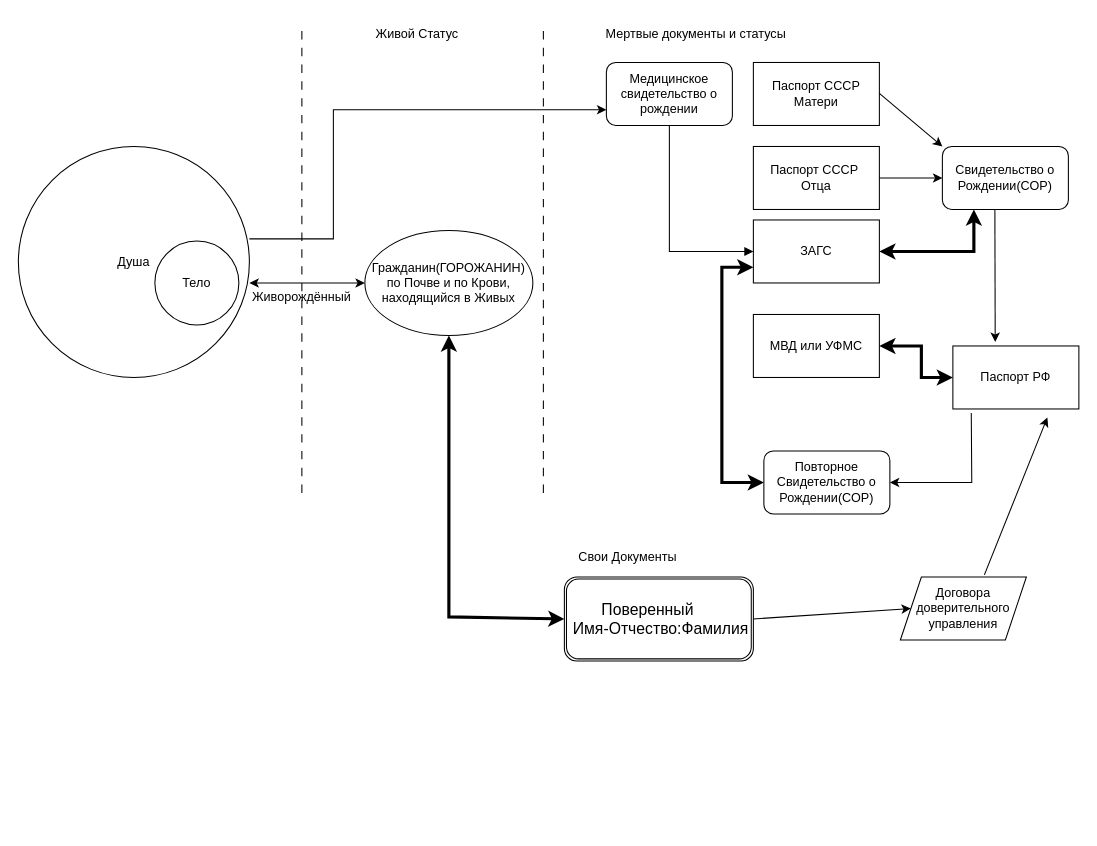
The draw.io diagram Статус.drawio in legastok/Status, before the edit. Source tidied: cells renumbered, new cells numbered last; positions are measured from the earlier drawing's top-left corner, leaving out a move shared by most shapes. Both pictures are drawn from the tidied source at 105%, with x=0, y=0 at pixel (18, 18).
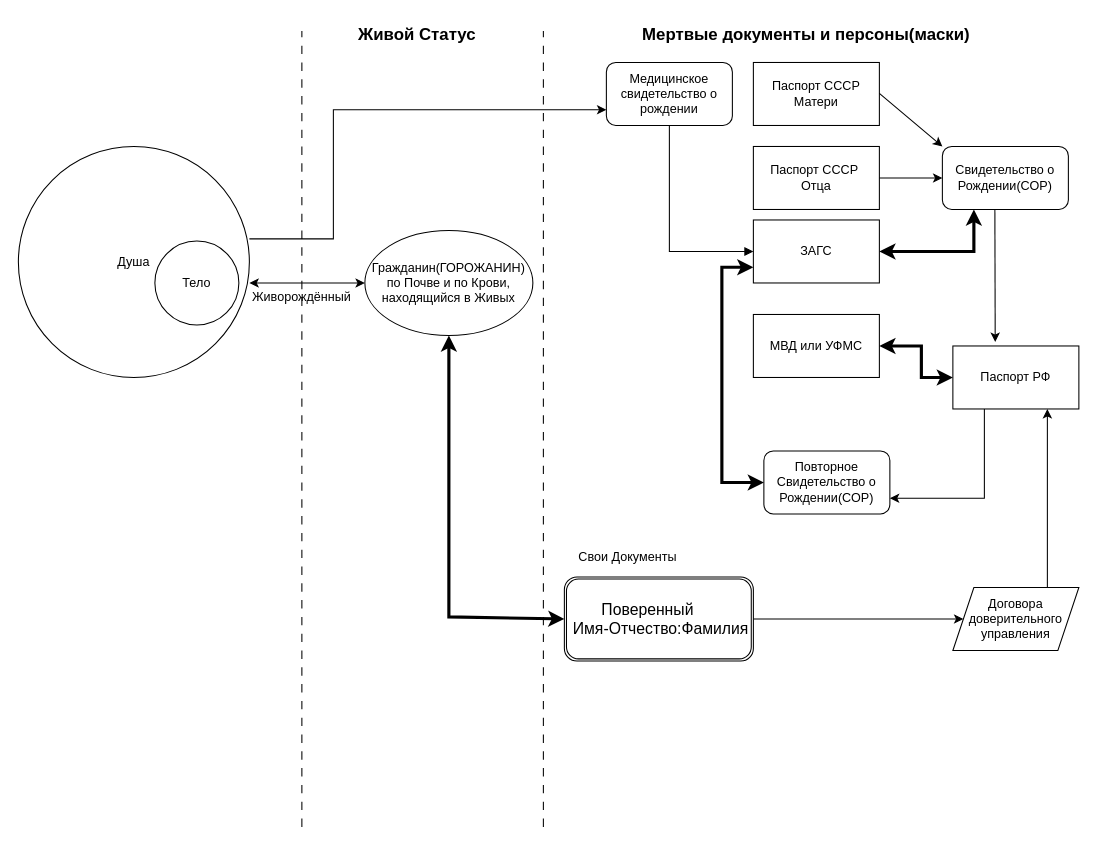
The same page after the edit.

The change refers to these unchanged cells:
```xml
<mxCell id="9" value="Паспорт РФ" style="rounded=0;whiteSpace=wrap;html=1;" parent="1" vertex="1">
  <mxGeometry x="890" y="312" width="120" height="60" as="geometry" />
</mxCell>
<mxCell id="18" value="Повторное Свидетельство о Рождении(СОР)" style="rounded=1;whiteSpace=wrap;html=1;" parent="1" vertex="1">
  <mxGeometry x="710" y="412" width="120" height="60" as="geometry" />
</mxCell>
```

What changed in the source:
```diff
@@
     <mxCell id="4" style="endArrow=none;html=1;rounded=0;dashed=1;dashPattern=8 8;" parent="1" edge="1">
       <mxGeometry relative="1" as="geometry">
-        <mxPoint x="270" y="452" as="sourcePoint" />
+        <mxPoint x="270" y="770" as="sourcePoint" />
         <mxPoint x="270" y="12" as="targetPoint" />
       </mxGeometry>
     </mxCell>
@@
     <mxCell id="8" style="endArrow=none;html=1;rounded=0;dashed=1;dashPattern=8 8;" parent="1" edge="1">
       <mxGeometry relative="1" as="geometry">
-        <mxPoint x="500" y="452" as="sourcePoint" />
+        <mxPoint x="500" y="770" as="sourcePoint" />
         <mxPoint x="500" y="12" as="targetPoint" />
       </mxGeometry>
     </mxCell>
@@
-    <mxCell id="19" style="endArrow=classic;startArrow=none;html=1;rounded=0;entryX=1;entryY=0.5;entryDx=0;entryDy=0;startFill=0;exitX=0.146;exitY=1.063;exitDx=0;exitDy=0;exitPerimeter=0;" parent="1" edge="1" source="9" target="18">
+    <mxCell id="19" style="endArrow=classic;startArrow=none;html=1;rounded=0;startFill=0;exitX=0.25;exitY=1;exitDx=0;exitDy=0;entryX=1;entryY=0.75;entryDx=0;entryDy=0;" parent="1" edge="1" source="9" target="18">
       <mxGeometry relative="1" as="geometry">
         <Array as="points">
-          <mxPoint x="908" y="442" />
-          <mxPoint x="860" y="442" />
+          <mxPoint x="920" y="457" />
         </Array>
       </mxGeometry>
     </mxCell>
@@
-    <mxCell id="23" value="Живой Статус" style="text;html=1;strokeColor=none;fillColor=none;align=center;verticalAlign=middle;whiteSpace=wrap;rounded=0;" parent="1" vertex="1">
+    <mxCell id="23" value="Живой Статус" style="text;html=1;strokeColor=none;fillColor=none;align=center;verticalAlign=middle;whiteSpace=wrap;rounded=0;fontSize=16;fontStyle=1;" parent="1" vertex="1">
       <mxGeometry x="300" width="160" height="30" as="geometry" />
     </mxCell>
-    <mxCell id="24" value="Мертвые документы и статусы" style="text;html=1;align=center;verticalAlign=middle;strokeColor=none;fillColor=none;" parent="1" vertex="1">
-      <mxGeometry x="545" width="200" height="30" as="geometry" />
+    <mxCell id="24" value="Мертвые документы и персоны(маски)" style="text;html=1;align=center;verticalAlign=middle;strokeColor=none;fillColor=none;fontSize=16;fontStyle=1;" parent="1" vertex="1">
+      <mxGeometry x="580" width="340" height="30" as="geometry" />
     </mxCell>
@@
     <mxCell id="31" value="Договора доверительного управления" style="shape=parallelogram;perimeter=parallelogramPerimeter;whiteSpace=wrap;html=1;fixedSize=1;" parent="1" vertex="1">
-      <mxGeometry x="840" y="532" width="120" height="60" as="geometry" />
+      <mxGeometry x="890" y="542" width="120" height="60" as="geometry" />
     </mxCell>
@@
-    <mxCell id="33" style="endArrow=classic;html=1;rounded=0;" parent="1" edge="1">
-      <mxGeometry relative="1" as="geometry">
-        <mxPoint x="920" y="530" as="sourcePoint" />
-        <mxPoint x="980" y="380" as="targetPoint" />
-      </mxGeometry>
+    <mxCell id="33" style="endArrow=classic;html=1;rounded=0;exitX=0.75;exitY=0;exitDx=0;exitDy=0;entryX=0.75;entryY=1;entryDx=0;entryDy=0;" parent="1" edge="1" source="31" target="9">
+      <mxGeometry relative="1" as="geometry" />
     </mxCell>
```
